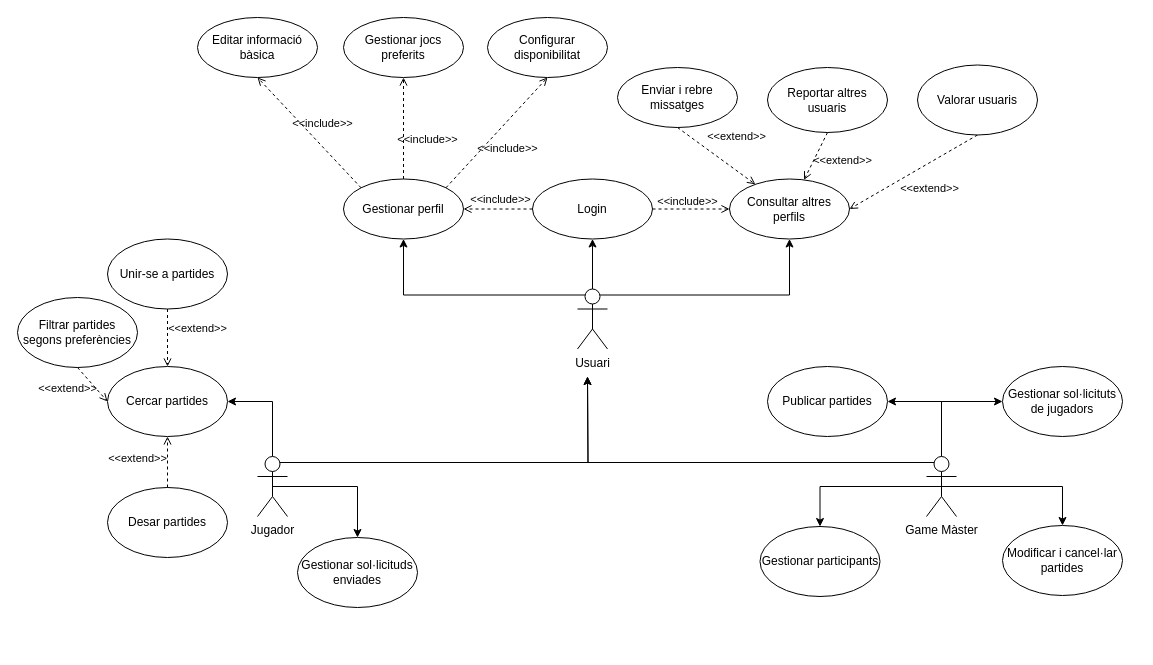
Earlier version of the draw.io diagram Casos_us.drawio (pballetbo/dvngeon-forge). Source tidied: cells renumbered, new cells numbered last; positions are measured from the earlier drawing's top-left corner, leaving out a move shared by most shapes. Both pictures are drawn from the tidied source at 100%, with x=0, y=0 at pixel (17, 17).
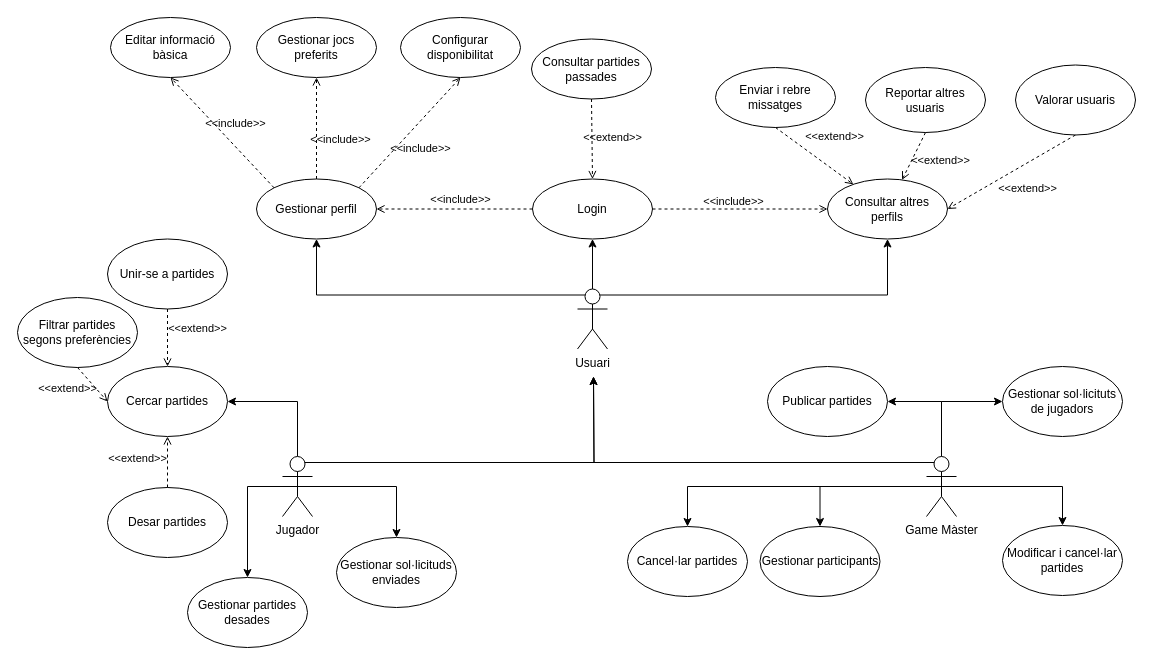
The same page after the edit.

Unchanged cells that the change refers to:
```xml
<mxCell id="17" value="Game Màster" style="shape=umlActor;verticalLabelPosition=bottom;verticalAlign=top;html=1;outlineConnect=0;" parent="1" vertex="1">
  <mxGeometry x="909" y="439" width="30" height="60" as="geometry" />
</mxCell>
<mxCell id="29" value="Login" style="ellipse;whiteSpace=wrap;html=1;" parent="1" vertex="1">
  <mxGeometry x="515" y="161.5" width="120" height="60" as="geometry" />
</mxCell>
```

What changed in the source:
```diff
@@
     <mxCell id="6" value="Gestionar perfil" style="ellipse;whiteSpace=wrap;html=1;" parent="1" vertex="1">
-      <mxGeometry x="326" y="161.5" width="120" height="60" as="geometry" />
+      <mxGeometry x="239" y="161.5" width="120" height="60" as="geometry" />
     </mxCell>
     <mxCell id="7" value="Enviar i rebre missatges" style="ellipse;whiteSpace=wrap;html=1;" parent="1" vertex="1">
-      <mxGeometry x="600" y="50" width="120" height="60" as="geometry" />
+      <mxGeometry x="698" y="50" width="120" height="60" as="geometry" />
     </mxCell>
     <mxCell id="8" value="Consultar altres perfils" style="ellipse;whiteSpace=wrap;html=1;" parent="1" vertex="1">
-      <mxGeometry x="712" y="161.5" width="120" height="60" as="geometry" />
+      <mxGeometry x="810" y="161.5" width="120" height="60" as="geometry" />
     </mxCell>
     <mxCell id="9" value="Reportar altres usuaris" style="ellipse;whiteSpace=wrap;html=1;" parent="1" vertex="1">
-      <mxGeometry x="750" y="50" width="120" height="65" as="geometry" />
+      <mxGeometry x="848" y="50" width="120" height="65" as="geometry" />
     </mxCell>
     <mxCell id="10" style="edgeStyle=orthogonalEdgeStyle;rounded=0;jettySize=auto;html=1;exitX=0.75;exitY=0.1;exitDx=0;exitDy=0;exitPerimeter=0;" parent="1" edge="1" source="12">
       <mxGeometry relative="1" as="geometry">
-        <mxPoint x="570" y="359" as="targetPoint" />
+        <mxPoint x="576" y="359" as="targetPoint" />
       </mxGeometry>
     </mxCell>
@@
     <mxCell id="12" value="Jugador" style="shape=umlActor;verticalLabelPosition=bottom;verticalAlign=top;html=1;outlineConnect=0;" parent="1" vertex="1">
-      <mxGeometry x="240" y="439" width="30" height="60" as="geometry" />
+      <mxGeometry x="265" y="439" width="30" height="60" as="geometry" />
     </mxCell>
     <mxCell id="13" style="edgeStyle=orthogonalEdgeStyle;rounded=0;jettySize=auto;html=1;exitX=0.25;exitY=0.1;exitDx=0;exitDy=0;exitPerimeter=0;" parent="1" edge="1" source="17">
       <mxGeometry relative="1" as="geometry">
-        <mxPoint x="570" y="359" as="targetPoint" />
+        <mxPoint x="576" y="359" as="targetPoint" />
       </mxGeometry>
     </mxCell>
@@
+    <mxCell id="45" style="edgeStyle=orthogonalEdgeStyle;rounded=0;jettySize=auto;html=1;exitX=0.5;exitY=0.5;exitDx=0;exitDy=0;exitPerimeter=0;" parent="1" edge="1" source="17" target="50">
+      <mxGeometry relative="1" as="geometry" />
+    </mxCell>
@@
     <mxCell id="25" value="Editar informació bàsica" style="ellipse;whiteSpace=wrap;html=1;" parent="1" vertex="1">
-      <mxGeometry x="180" width="120" height="60" as="geometry" />
+      <mxGeometry x="93" width="120" height="60" as="geometry" />
     </mxCell>
@@
     <mxCell id="32" value="Valorar usuaris" style="ellipse;whiteSpace=wrap;html=1;" parent="1" vertex="1">
-      <mxGeometry x="900" y="47.5" width="120" height="70" as="geometry" />
+      <mxGeometry x="998" y="47.5" width="120" height="70" as="geometry" />
     </mxCell>
@@
     <mxCell id="36" value="Gestionar jocs preferits" style="ellipse;whiteSpace=wrap;html=1;" parent="1" vertex="1">
-      <mxGeometry x="326" width="120" height="60" as="geometry" />
+      <mxGeometry x="239" width="120" height="60" as="geometry" />
     </mxCell>
@@
     <mxCell id="38" value="Configurar disponibilitat" style="ellipse;whiteSpace=wrap;html=1;" parent="1" vertex="1">
-      <mxGeometry x="470" width="120" height="60" as="geometry" />
+      <mxGeometry x="383" width="120" height="60" as="geometry" />
     </mxCell>
@@
     <mxCell id="42" value="Gestionar sol·licituds enviades" style="ellipse;whiteSpace=wrap;html=1;" parent="1" vertex="1">
-      <mxGeometry x="280" y="520" width="120" height="70" as="geometry" />
+      <mxGeometry x="319" y="520" width="120" height="70" as="geometry" />
     </mxCell>
@@
+    <mxCell id="46" value="Consultar partides passades" style="ellipse;whiteSpace=wrap;html=1;" parent="1" vertex="1">
+      <mxGeometry x="514" y="21.5" width="120" height="60" as="geometry" />
+    </mxCell>
+    <mxCell id="47" value="&amp;lt;&amp;lt;extend&amp;gt;&amp;gt;" style="html=1;verticalAlign=bottom;labelBackgroundColor=none;endArrow=open;endFill=0;dashed=1;rounded=0;exitX=0.5;exitY=1;exitDx=0;exitDy=0;entryX=0.5;entryY=0;entryDx=0;entryDy=0;" parent="1" edge="1" source="46" target="29">
+      <mxGeometry x="0.2" y="20" relative="1" as="geometry" />
+    </mxCell>
+    <mxCell id="48" value="Gestionar partides desades" style="ellipse;whiteSpace=wrap;html=1;" parent="1" vertex="1">
+      <mxGeometry x="170" y="560" width="120" height="70" as="geometry" />
+    </mxCell>
+    <mxCell id="49" style="edgeStyle=orthogonalEdgeStyle;rounded=0;jettySize=auto;html=1;entryX=0.5;entryY=0;entryDx=0;entryDy=0;exitX=0.5;exitY=0.5;exitDx=0;exitDy=0;exitPerimeter=0;" parent="1" edge="1" source="12" target="48">
+      <mxGeometry relative="1" as="geometry">
+        <Array as="points">
+          <mxPoint x="230" y="469" />
+        </Array>
+      </mxGeometry>
+    </mxCell>
+    <mxCell id="50" value="Cancel·lar partides" style="ellipse;whiteSpace=wrap;html=1;" parent="1" vertex="1">
+      <mxGeometry x="610" y="509" width="120" height="70" as="geometry" />
+    </mxCell>
```
